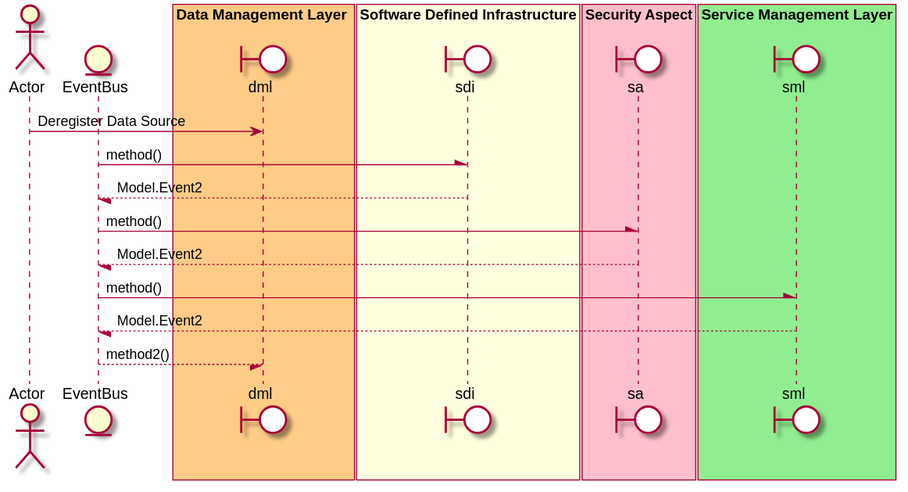
Before: docs/edgemere/diml/dml/usecases/managedatasources/deregisterdatasource.svg, a diagram exported from PlantUML (madajaju/edgemere).
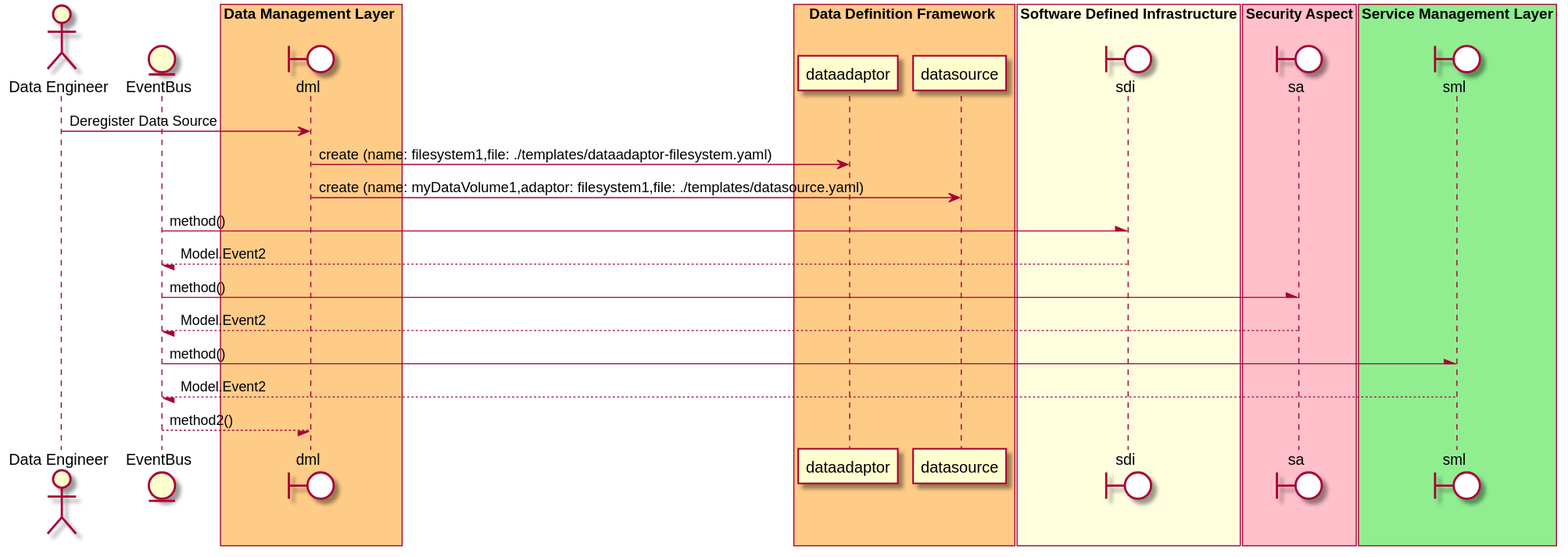
The same file after the commit.

Diff of the diagram source:
```diff
@@ -1,6 +1,6 @@
 @startuml
 
-actor "Actor"
+actor "Data Engineer"
 
 
 entity EventBus
@@ -10,8 +10,19 @@
 end box
 
 
+box Data Definition Framework #ffcc88
+            participant dataadaptor
+            participant datasource
+    end box
 
-"Actor" -> dml: Deregister Data Source
+
+"Data Engineer" -> dml: Deregister Data Source
+
+    dml -> "dataadaptor": create (name: filesystem1,file: ./templates/dataadaptor-filesystem.yaml)
+
+
+    dml -> "datasource": create (name: myDataVolume1,adaptor: filesystem1,file: ./templates/datasource.yaml)
+
 
 
 
```
